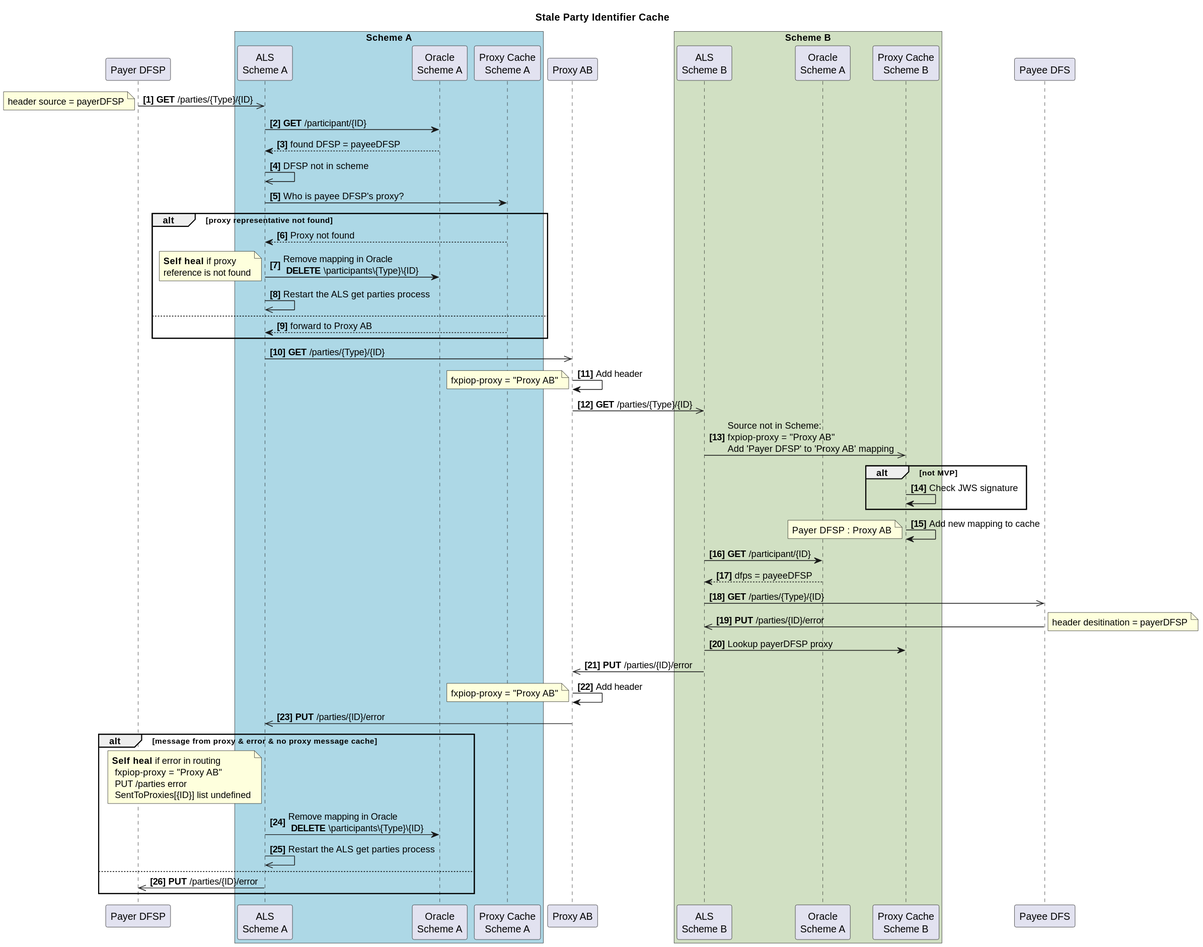
infitx-org/participation-tool-docs keeps this PlantUML diagram as md-docs/Inter-SchemeDesign/Interscheme-StalePartyIdentifierCache.svg. Above is the earlier version. Its diagram source:
```plantuml
@startuml
title Stale Party Identifier Cache

participant "Payer DFSP" as payerDFSP
box "Scheme A" #LightBlue
    participant "ALS\nScheme A" as ALS_A
    participant "Oracle\nScheme A" as Oracle_A
    participant "Proxy Cache\nScheme A" as pc_A
end box
participant "Proxy AB" as xnp
box "Scheme B" #d1e0c3
    participant "ALS\nScheme B" as ALS_B
    participant "Oracle\nScheme A" as Oracle_B
    participant "Proxy Cache\nScheme B" as pc_B
end box
participant "Payee DFS" as payeeDFSP

autonumber 1 "<b>[0]"

payerDFSP ->> ALS_A: **GET** /parties/{Type}/{ID}
note left
 header source = payerDFSP
end note

  ALS_A-> Oracle_A: **GET** /participant/{ID}
  Oracle_A--> ALS_A: found DFSP = payeeDFSP
  ALS_A ->> ALS_A: DFSP not in scheme
  ALS_A -> pc_A: Who is payee DFSP's proxy?
  alt proxy representative not found
  pc_A --> ALS_A: Proxy not found
  ALS_A -> Oracle_A: Remove mapping in Oracle\n **DELETE** \participants\{Type}\{ID}
  note left
  **Self heal** if proxy
  reference is not found
  end note
  ALS_A ->> ALS_A: Restart the ALS get parties process
  else
  pc_A --> ALS_A: forward to Proxy AB
  end

  ALS_A ->> xnp: **GET** /parties/{Type}/{ID}
    xnp->xnp: Add header
    note left
    fxpiop-proxy = "Proxy AB"
    end note

  xnp ->> ALS_B: **GET** /parties/{Type}/{ID}
  ALS_B ->> pc_B: Source not in Scheme: \nfxpiop-proxy = "Proxy AB"\nAdd 'Payer DFSP' to 'Proxy AB' mapping
alt not MVP
  pc_B -> pc_B: Check JWS signature
end
  pc_B -> pc_B: Add new mapping to cache
note left
Payer DFSP : Proxy AB
end note
ALS_B-> Oracle_B: **GET** /participant/{ID}
  Oracle_B--> ALS_B: dfps = payeeDFSP
  ALS_B ->> payeeDFSP: **GET** /parties/{Type}/{ID}
  payeeDFSP ->> ALS_B: **PUT** /parties/{ID}/error
  note right
   header desitination = payerDFSP
  end note
  ALS_B -> pc_B: Lookup payerDFSP proxy
  ALS_B ->> xnp: **PUT** /parties/{ID}/error
  xnp->xnp: Add header
    note left
    fxpiop-proxy = "Proxy AB"
    end note
  xnp ->> ALS_A: **PUT** /parties/{ID}/error
  alt message from proxy & error & no proxy message cache
  note left ALS_A
   **Self heal** if error in routing
    fxpiop-proxy = "Proxy AB"
    PUT /parties error
    SentToProxies[{ID}] list undefined
  end note
  ALS_A -> Oracle_A: Remove mapping in Oracle\n **DELETE** \participants\{Type}\{ID}
  ALS_A ->> ALS_A: Restart the ALS get parties process
  else
  ALS_A->>payerDFSP: **PUT** /parties/{ID}/error
end
@enduml
```
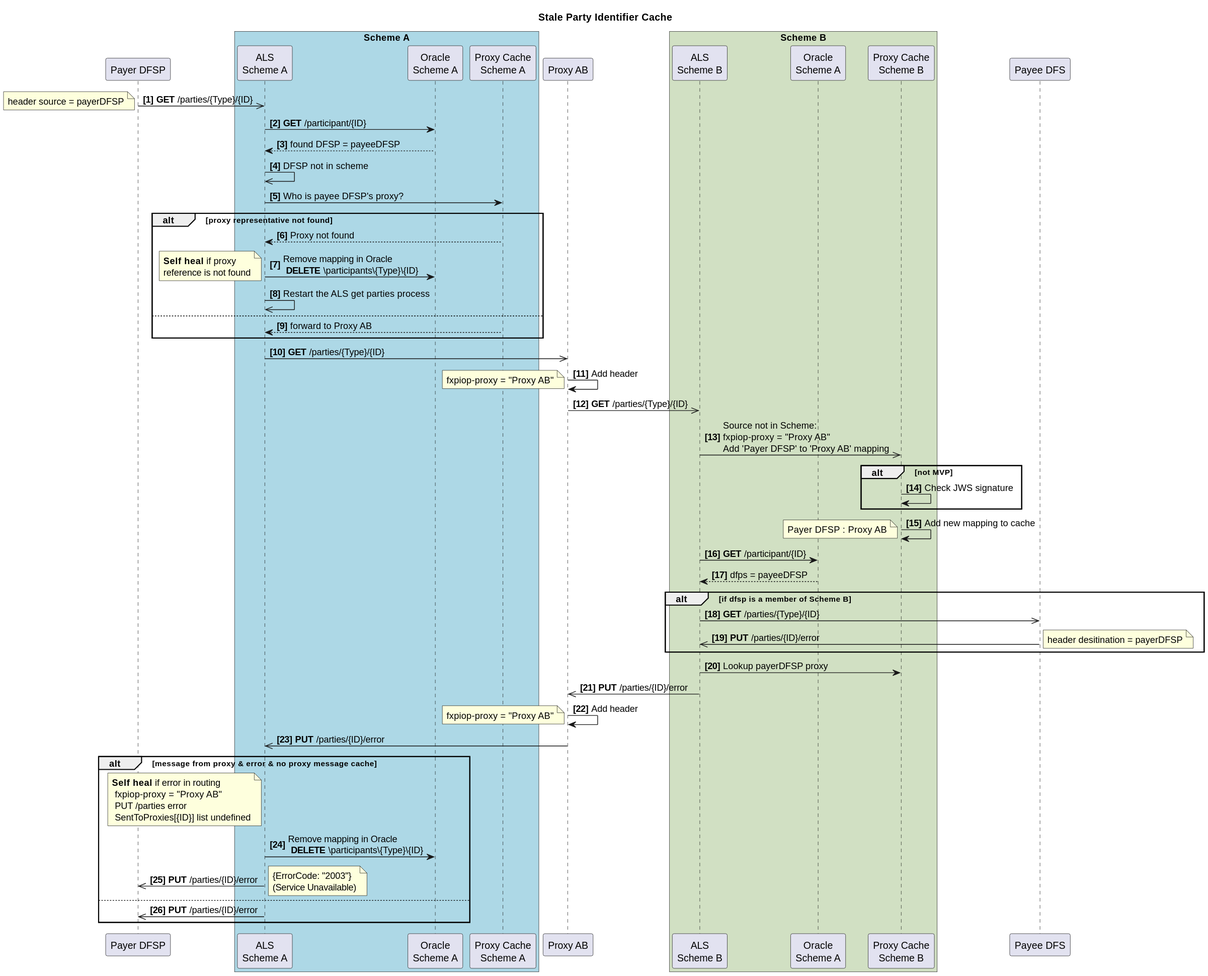
After the change.

Commit message:
feat: Added Error code 2003

Change to the diagram source:
```diff
@@ -55,11 +55,13 @@
 end note
 ALS_B-> Oracle_B: **GET** /participant/{ID}
   Oracle_B--> ALS_B: dfps = payeeDFSP
+ alt if dfsp is a member of Scheme B
   ALS_B ->> payeeDFSP: **GET** /parties/{Type}/{ID}
   payeeDFSP ->> ALS_B: **PUT** /parties/{ID}/error
   note right
    header desitination = payerDFSP
   end note
+  end
   ALS_B -> pc_B: Lookup payerDFSP proxy
   ALS_B ->> xnp: **PUT** /parties/{ID}/error
   xnp->xnp: Add header
@@ -75,7 +77,11 @@
     SentToProxies[{ID}] list undefined
   end note
   ALS_A -> Oracle_A: Remove mapping in Oracle\n **DELETE** \participants\{Type}\{ID}
-  ALS_A ->> ALS_A: Restart the ALS get parties process
+  ALS_A ->> payerDFSP: **PUT** /parties/{ID}/error
+  note right
+  {ErrorCode: "2003"}
+  (Service Unavailable)
+  end note
   else
   ALS_A->>payerDFSP: **PUT** /parties/{ID}/error
 end
```
